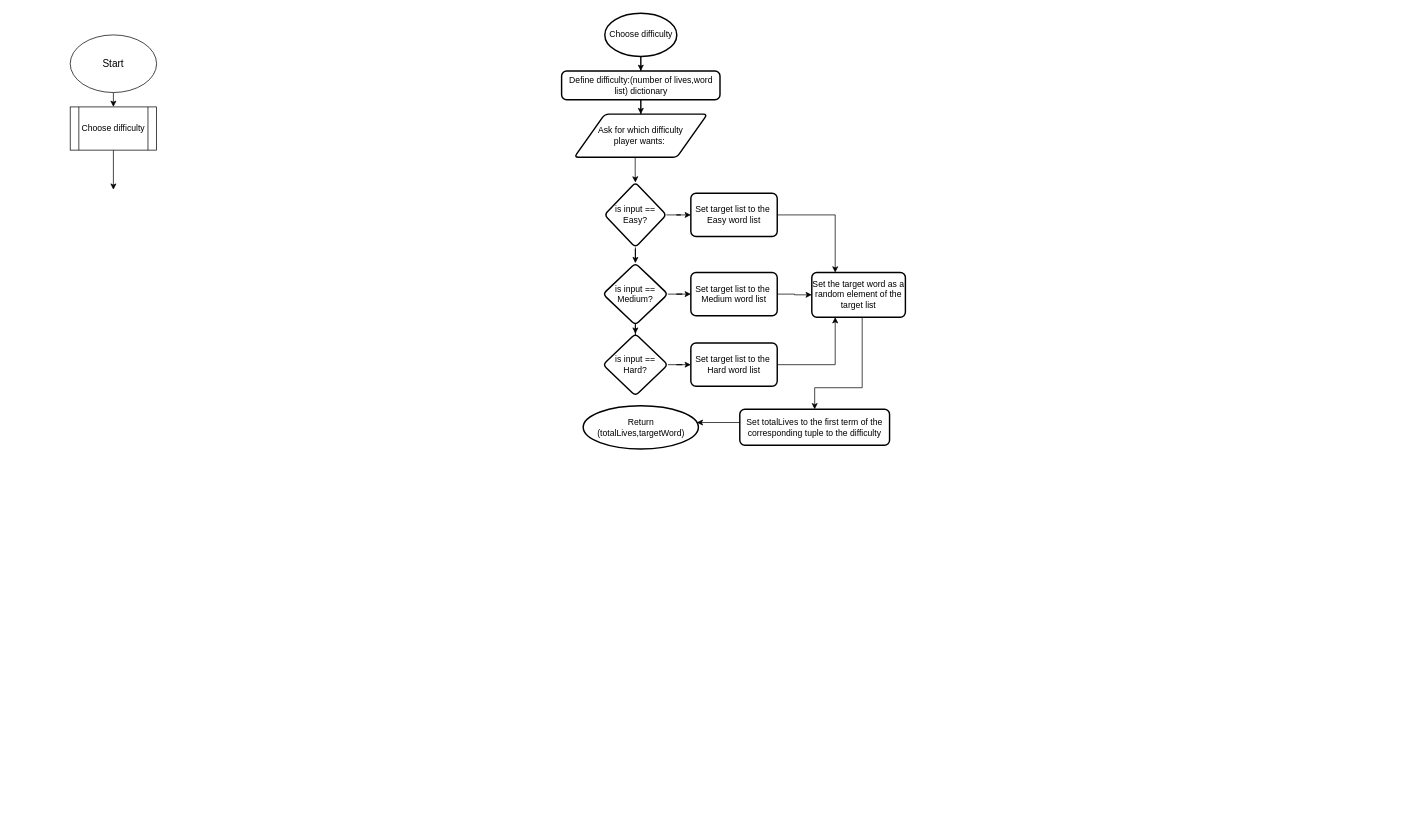
Above: Software SCHOOL/Stream 2/Hangman Stream 2/Hangman Flowchart.drawio in Tinor2/Python-and-software (draw.io), before the change. Source tidied: cells renumbered, new cells numbered last; positions are measured from the earlier drawing's top-left corner, leaving out a move shared by most shapes. Both pictures are drawn from the tidied source at 72%, with x=0, y=0 at pixel (70, 13).
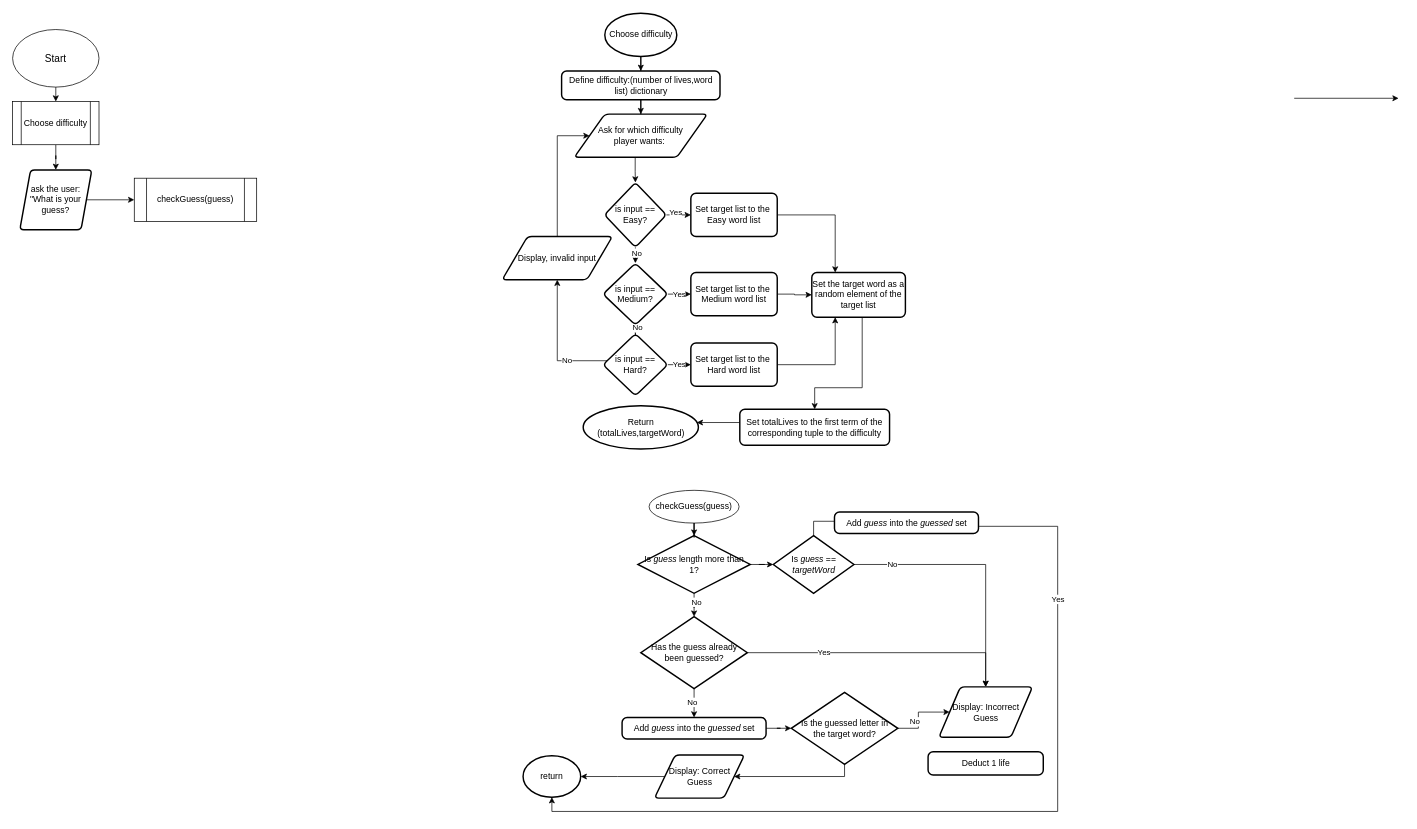
The same diagram, later.

Commit message:
Added choose Difficulty and check guess

The change refers to these unchanged cells:
```xml
<mxCell id="7" value="Ask for which difficulty&lt;div&gt;player wants:&amp;nbsp;&lt;/div&gt;" style="shape=parallelogram;html=1;strokeWidth=2;perimeter=parallelogramPerimeter;whiteSpace=wrap;rounded=1;arcSize=12;size=0.23;" parent="1" vertex="1">
  <mxGeometry x="700" y="140" width="185" height="60" as="geometry" />
</mxCell>
<mxCell id="8" style="edgeStyle=orthogonalEdgeStyle;rounded=0;jettySize=auto;html=1;" parent="1" edge="1" source="10" target="12">
  <mxGeometry relative="1" as="geometry" />
</mxCell>
<mxCell id="9" style="edgeStyle=orthogonalEdgeStyle;rounded=0;jettySize=auto;html=1;" parent="1" edge="1" source="10" target="19">
  <mxGeometry relative="1" as="geometry" />
</mxCell>
<mxCell id="14" value="Set target list to the&amp;nbsp;&lt;br&gt;Medium word list" style="whiteSpace=wrap;html=1;strokeWidth=2;rounded=1;arcSize=12;" parent="1" vertex="1">
  <mxGeometry x="862" y="360" width="120" height="60" as="geometry" />
</mxCell>
<mxCell id="16" value="Set target list to the&amp;nbsp;&lt;br&gt;Hard word list" style="whiteSpace=wrap;html=1;strokeWidth=2;rounded=1;arcSize=12;" parent="1" vertex="1">
  <mxGeometry x="862" y="458" width="120" height="60" as="geometry" />
</mxCell>
<mxCell id="17" style="edgeStyle=orthogonalEdgeStyle;rounded=0;jettySize=auto;html=1;" parent="1" edge="1" source="19" target="21">
  <mxGeometry relative="1" as="geometry" />
</mxCell>
<mxCell id="19" value="is input == Medium?" style="rhombus;whiteSpace=wrap;html=1;strokeWidth=2;rounded=1;arcSize=12;direction=south;" parent="1" vertex="1">
  <mxGeometry x="740" y="347" width="90" height="86" as="geometry" />
</mxCell>
<mxCell id="21" value="is input == Hard?" style="rhombus;whiteSpace=wrap;html=1;strokeWidth=2;rounded=1;arcSize=12;direction=south;" parent="1" vertex="1">
  <mxGeometry x="740" y="445" width="90" height="86" as="geometry" />
</mxCell>
```

What changed in the source:
```diff
@@
     <mxCell id="2" style="edgeStyle=orthogonalEdgeStyle;rounded=0;jettySize=auto;html=1;entryX=0.5;entryY=0;entryDx=0;entryDy=0;" parent="1" edge="1" target="28">
       <mxGeometry relative="1" as="geometry">
-        <mxPoint x="60" y="110" as="sourcePoint" />
+        <mxPoint x="-20" y="102.5" as="sourcePoint" />
       </mxGeometry>
     </mxCell>
     <mxCell id="3" value="&lt;font style=&quot;font-size: 14px;&quot;&gt;Start&lt;/font&gt;" style="ellipse;whiteSpace=wrap;html=1;" parent="1" vertex="1">
-      <mxGeometry y="30" width="120" height="80" as="geometry" />
+      <mxGeometry x="-80" y="22.5" width="120" height="80" as="geometry" />
     </mxCell>
-    <mxCell id="4" style="edgeStyle=orthogonalEdgeStyle;rounded=0;jettySize=auto;html=1;exitX=0.5;exitY=1;exitDx=0;exitDy=0;" parent="1" edge="1" source="28">
-      <mxGeometry relative="1" as="geometry">
-        <mxPoint x="60" y="245" as="targetPoint" />
-      </mxGeometry>
-    </mxCell>
@@
+    <mxCell id="31" value="Yes" style="edgeLabel;html=1;align=center;verticalAlign=middle;" parent="8" vertex="1">
+      <mxGeometry x="-0.48" y="4" relative="1" as="geometry" />
+    </mxCell>
@@
+    <mxCell id="32" value="No" style="edgeLabel;html=1;align=center;verticalAlign=middle;" parent="9" vertex="1">
+      <mxGeometry x="0.18" y="-1" relative="1" as="geometry">
+        <mxPoint y="1" as="offset" />
+      </mxGeometry>
+    </mxCell>
@@
+    <mxCell id="33" value="No" style="edgeLabel;html=1;align=center;verticalAlign=middle;" parent="17" vertex="1">
+      <mxGeometry x="0.09" y="-2" relative="1" as="geometry" />
+    </mxCell>
-    <mxCell id="18" style="edgeStyle=orthogonalEdgeStyle;rounded=0;jettySize=auto;html=1;" parent="1" edge="1" source="19" target="14">
+    <mxCell id="18" value="Yes" style="edgeStyle=orthogonalEdgeStyle;rounded=0;jettySize=auto;html=1;" parent="1" edge="1" source="19" target="14">
       <mxGeometry relative="1" as="geometry" />
     </mxCell>
@@
-    <mxCell id="20" style="edgeStyle=orthogonalEdgeStyle;rounded=0;jettySize=auto;html=1;" parent="1" edge="1" source="21" target="16">
+    <mxCell id="20" value="Yes" style="edgeStyle=orthogonalEdgeStyle;rounded=0;jettySize=auto;html=1;" parent="1" edge="1" source="21" target="16">
       <mxGeometry relative="1" as="geometry" />
     </mxCell>
+    <mxCell id="34" style="edgeStyle=orthogonalEdgeStyle;rounded=0;jettySize=auto;html=1;entryX=0.5;entryY=1;entryDx=0;entryDy=0;" parent="1" edge="1" source="21" target="43">
+      <mxGeometry relative="1" as="geometry">
+        <Array as="points">
+          <mxPoint x="677" y="482.5" />
+          <mxPoint x="677" y="369.5" />
+        </Array>
+      </mxGeometry>
+    </mxCell>
+    <mxCell id="35" value="&lt;div&gt;No&lt;/div&gt;" style="edgeLabel;html=1;align=center;verticalAlign=middle;" parent="34" vertex="1">
+      <mxGeometry x="-0.38" y="-1" relative="1" as="geometry" />
+    </mxCell>
@@
+    <mxCell id="36" style="edgeStyle=orthogonalEdgeStyle;rounded=0;jettySize=auto;html=1;" parent="1" edge="1" source="28" target="70">
+      <mxGeometry relative="1" as="geometry" />
+    </mxCell>
     <mxCell id="28" value="Choose difficulty" style="shape=process;whiteSpace=wrap;html=1;backgroundOutline=1;" parent="1" vertex="1">
-      <mxGeometry y="130" width="120" height="60" as="geometry" />
+      <mxGeometry x="-80" y="122.5" width="120" height="60" as="geometry" />
     </mxCell>
@@
+    <mxCell id="37" style="edgeStyle=orthogonalEdgeStyle;rounded=0;orthogonalLoop=1;jettySize=auto;html=1;entryX=-0.001;entryY=0.6;entryDx=0;entryDy=0;entryPerimeter=0;" parent="1" edge="1">
+      <mxGeometry relative="1" as="geometry">
+        <mxPoint x="1700" y="118" as="sourcePoint" />
+        <mxPoint x="1845" y="118" as="targetPoint" />
+      </mxGeometry>
+    </mxCell>
+    <mxCell id="38" style="edgeStyle=orthogonalEdgeStyle;rounded=0;jettySize=auto;html=1;" parent="1" edge="1" source="41" target="48">
+      <mxGeometry relative="1" as="geometry" />
+    </mxCell>
+    <mxCell id="39" style="edgeStyle=orthogonalEdgeStyle;rounded=0;jettySize=auto;html=1;" parent="1" edge="1" source="41" target="54">
+      <mxGeometry relative="1" as="geometry" />
+    </mxCell>
+    <mxCell id="40" value="No" style="edgeLabel;html=1;align=center;verticalAlign=middle;" parent="39" vertex="1">
+      <mxGeometry x="-0.49" y="3" relative="1" as="geometry" />
+    </mxCell>
+    <mxCell id="41" value="Is &lt;i&gt;guess &lt;/i&gt;length more than 1?" style="strokeWidth=2;html=1;shape=mxgraph.flowchart.decision;whiteSpace=wrap;" parent="1" vertex="1">
+      <mxGeometry x="788.5" y="725.5" width="156" height="80" as="geometry" />
+    </mxCell>
+    <mxCell id="42" style="edgeStyle=orthogonalEdgeStyle;rounded=0;jettySize=auto;html=1;entryX=0;entryY=0.5;entryDx=0;entryDy=0;" parent="1" edge="1" source="43" target="7">
+      <mxGeometry relative="1" as="geometry">
+        <Array as="points">
+          <mxPoint x="677" y="169.5" />
+        </Array>
+      </mxGeometry>
+    </mxCell>
+    <mxCell id="43" value="Display, invalid input" style="shape=parallelogram;html=1;strokeWidth=2;perimeter=parallelogramPerimeter;whiteSpace=wrap;rounded=1;arcSize=12;size=0.23;" parent="1" vertex="1">
+      <mxGeometry x="600" y="310" width="153" height="60" as="geometry" />
+    </mxCell>
+    <mxCell id="44" value="No" style="edgeStyle=orthogonalEdgeStyle;rounded=0;jettySize=auto;html=1;entryX=0.5;entryY=0;entryDx=0;entryDy=0;" parent="1" edge="1" source="48" target="67">
+      <mxGeometry x="-0.7" relative="1" as="geometry" />
+    </mxCell>
+    <mxCell id="45" style="edgeStyle=orthogonalEdgeStyle;rounded=0;jettySize=auto;html=1;entryX=0.5;entryY=1;entryDx=0;entryDy=0;exitX=1;exitY=0.5;exitDx=0;exitDy=0;" parent="1" edge="1" source="68" target="63">
+      <mxGeometry relative="1" as="geometry">
+        <Array as="points">
+          <mxPoint x="1261.5" y="712.5" />
+          <mxPoint x="1371.5" y="712.5" />
+          <mxPoint x="1371.5" y="1108.5" />
+          <mxPoint x="668.5" y="1108.5" />
+        </Array>
+      </mxGeometry>
+    </mxCell>
+    <mxCell id="46" value="Yes" style="edgeLabel;html=1;align=center;verticalAlign=middle;" parent="45" vertex="1">
+      <mxGeometry x="-0.65" relative="1" as="geometry" />
+    </mxCell>
+    <mxCell id="47" style="edgeStyle=orthogonalEdgeStyle;rounded=0;jettySize=auto;html=1;entryX=0;entryY=0.5;entryDx=0;entryDy=0;" parent="1" edge="1" source="48" target="68">
+      <mxGeometry relative="1" as="geometry" />
+    </mxCell>
+    <mxCell id="48" value="Is &lt;i&gt;guess &lt;/i&gt;== &lt;i&gt;targetWord&lt;/i&gt;" style="strokeWidth=2;html=1;shape=mxgraph.flowchart.decision;whiteSpace=wrap;" parent="1" vertex="1">
+      <mxGeometry x="976.5" y="725.5" width="112" height="80" as="geometry" />
+    </mxCell>
+    <mxCell id="49" style="edgeStyle=orthogonalEdgeStyle;rounded=0;orthogonalLoop=1;jettySize=auto;html=1;" parent="1" edge="1">
+      <mxGeometry relative="1" as="geometry">
+        <mxPoint x="2001" y="108" as="sourcePoint" />
+      </mxGeometry>
+    </mxCell>
+    <mxCell id="50" style="edgeStyle=orthogonalEdgeStyle;rounded=0;jettySize=auto;html=1;entryX=0.5;entryY=0;entryDx=0;entryDy=0;exitX=1;exitY=0.5;exitDx=0;exitDy=0;" parent="1" edge="1" source="54" target="67">
+      <mxGeometry relative="1" as="geometry">
+        <Array as="points">
+          <mxPoint x="1271.5" y="888.5" />
+        </Array>
+      </mxGeometry>
+    </mxCell>
+    <mxCell id="51" value="Yes" style="edgeLabel;html=1;align=center;verticalAlign=middle;" parent="50" vertex="1">
+      <mxGeometry x="-0.44" y="1" relative="1" as="geometry" />
+    </mxCell>
+    <mxCell id="52" style="edgeStyle=orthogonalEdgeStyle;rounded=0;jettySize=auto;html=1;entryX=0.5;entryY=0;entryDx=0;entryDy=0;" parent="1" edge="1" source="54" target="60">
+      <mxGeometry relative="1" as="geometry">
+        <Array as="points">
+          <mxPoint x="866.5" y="958" />
+          <mxPoint x="866.5" y="958" />
+        </Array>
+      </mxGeometry>
+    </mxCell>
+    <mxCell id="53" value="No" style="edgeLabel;html=1;align=center;verticalAlign=middle;" parent="52" vertex="1">
+      <mxGeometry x="-0.1" y="-3" relative="1" as="geometry" />
+    </mxCell>
+    <mxCell id="54" value="Has the guess already been guessed?" style="rhombus;whiteSpace=wrap;html=1;strokeWidth=2;" parent="1" vertex="1">
+      <mxGeometry x="792.5" y="838" width="148" height="100" as="geometry" />
+    </mxCell>
+    <mxCell id="55" style="edgeStyle=orthogonalEdgeStyle;rounded=0;jettySize=auto;html=1;entryX=1;entryY=0.5;entryDx=0;entryDy=0;" parent="1" edge="1" source="58" target="62">
+      <mxGeometry relative="1" as="geometry">
+        <Array as="points">
+          <mxPoint x="1075.5" y="1060.5" />
+        </Array>
+      </mxGeometry>
+    </mxCell>
+    <mxCell id="56" style="edgeStyle=orthogonalEdgeStyle;rounded=0;jettySize=auto;html=1;entryX=0;entryY=0.5;entryDx=0;entryDy=0;" parent="1" edge="1" source="58" target="67">
+      <mxGeometry relative="1" as="geometry" />
+    </mxCell>
+    <mxCell id="57" value="No" style="edgeLabel;html=1;align=center;verticalAlign=middle;" parent="56" vertex="1">
+      <mxGeometry x="-0.17" y="6" relative="1" as="geometry">
+        <mxPoint y="1" as="offset" />
+      </mxGeometry>
+    </mxCell>
+    <mxCell id="58" value="Is the guessed letter in&lt;div&gt;the target word?&lt;/div&gt;" style="rhombus;whiteSpace=wrap;html=1;strokeWidth=2;" parent="1" vertex="1">
+      <mxGeometry x="1001.5" y="943" width="148" height="100" as="geometry" />
+    </mxCell>
+    <mxCell id="59" style="edgeStyle=orthogonalEdgeStyle;rounded=0;jettySize=auto;html=1;entryX=0;entryY=0.5;entryDx=0;entryDy=0;" parent="1" edge="1" source="60" target="58">
+      <mxGeometry relative="1" as="geometry" />
+    </mxCell>
+    <mxCell id="60" value="Add &lt;i&gt;guess &lt;/i&gt;into the &lt;i&gt;guessed &lt;/i&gt;set" style="rounded=1;whiteSpace=wrap;html=1;absoluteArcSize=1;arcSize=14;strokeWidth=2;" parent="1" vertex="1">
+      <mxGeometry x="766.5" y="978" width="200" height="30" as="geometry" />
+    </mxCell>
+    <mxCell id="61" style="edgeStyle=orthogonalEdgeStyle;rounded=0;jettySize=auto;html=1;" parent="1" edge="1" source="62" target="63">
+      <mxGeometry relative="1" as="geometry" />
+    </mxCell>
+    <mxCell id="62" value="Display: Correct Guess" style="shape=parallelogram;html=1;strokeWidth=2;perimeter=parallelogramPerimeter;whiteSpace=wrap;rounded=1;arcSize=12;size=0.23;" parent="1" vertex="1">
+      <mxGeometry x="811.5" y="1030" width="125" height="60" as="geometry" />
+    </mxCell>
+    <mxCell id="63" value="return" style="ellipse;whiteSpace=wrap;html=1;strokeWidth=2;rounded=1;arcSize=12;" parent="1" vertex="1">
+      <mxGeometry x="629" y="1031.2" width="80" height="57.5" as="geometry" />
+    </mxCell>
+    <mxCell id="64" style="edgeStyle=orthogonalEdgeStyle;rounded=0;jettySize=auto;html=1;" parent="1" edge="1" source="65" target="41">
+      <mxGeometry relative="1" as="geometry" />
+    </mxCell>
+    <mxCell id="65" value="checkGuess(guess)" style="ellipse;whiteSpace=wrap;html=1;" parent="1" vertex="1">
+      <mxGeometry x="804" y="662.5" width="125" height="45.5" as="geometry" />
+    </mxCell>
+    <mxCell id="66" value="Deduct 1 life" style="rounded=1;whiteSpace=wrap;html=1;absoluteArcSize=1;arcSize=14;strokeWidth=2;" parent="1" vertex="1">
+      <mxGeometry x="1191.5" y="1025.5" width="160" height="32.5" as="geometry" />
+    </mxCell>
+    <mxCell id="67" value="Display: Incorrect Guess" style="shape=parallelogram;html=1;strokeWidth=2;perimeter=parallelogramPerimeter;whiteSpace=wrap;rounded=1;arcSize=12;size=0.23;" parent="1" vertex="1">
+      <mxGeometry x="1206.5" y="935.5" width="130" height="70" as="geometry" />
+    </mxCell>
+    <mxCell id="68" value="Add &lt;i&gt;guess &lt;/i&gt;into the &lt;i&gt;guessed &lt;/i&gt;set" style="rounded=1;whiteSpace=wrap;html=1;absoluteArcSize=1;arcSize=14;strokeWidth=2;" parent="1" vertex="1">
+      <mxGeometry x="1061.5" y="692.5" width="200" height="30" as="geometry" />
+    </mxCell>
+    <mxCell id="69" style="edgeStyle=orthogonalEdgeStyle;rounded=0;jettySize=auto;html=1;" parent="1" edge="1" source="70" target="71">
+      <mxGeometry relative="1" as="geometry" />
+    </mxCell>
+    <mxCell id="70" value="ask the user: &quot;What is your guess?" style="shape=parallelogram;html=1;strokeWidth=2;perimeter=parallelogramPerimeter;whiteSpace=wrap;rounded=1;arcSize=11;size=0.15000000000000002;" parent="1" vertex="1">
+      <mxGeometry x="-70" y="217.5" width="100" height="83" as="geometry" />
+    </mxCell>
+    <mxCell id="71" value="checkGuess(guess)" style="shape=process;whiteSpace=wrap;html=1;backgroundOutline=1;" parent="1" vertex="1">
+      <mxGeometry x="89" y="229" width="170" height="60" as="geometry" />
+    </mxCell>
```
